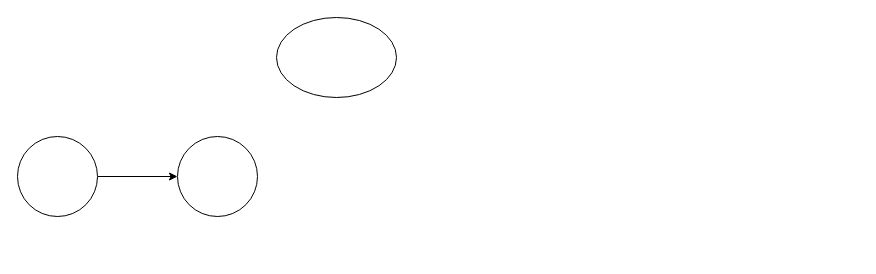
Above: 未命名绘图.drawio in 0820LL/draw-io (draw.io), before the change. Source tidied: cells renumbered, new cells numbered last; positions are measured from the earlier drawing's top-left corner, leaving out a move shared by most shapes. Both pictures are drawn from the tidied source at 100%, with x=0, y=0 at pixel (17, 17).
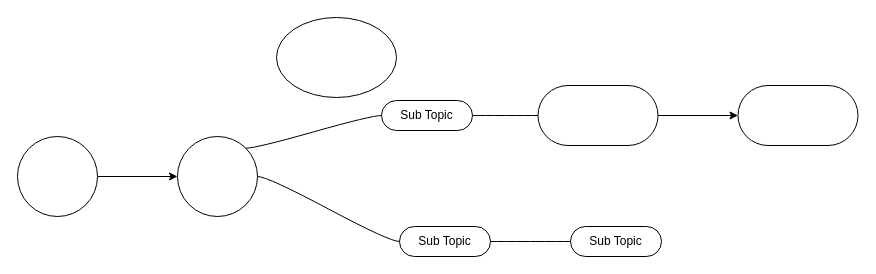
The same page after the edit.

Commit message (it also covers changes not shown here):
更新未命名绘图.drawio

Change to the diagram source:
```diff
@@
 <mxGraphModel>
   <root>
     <mxCell id="0" />
     <mxCell id="1" parent="0" />
     <mxCell id="2" style="edgeStyle=orthogonalEdgeStyle;rounded=0;jettySize=auto;html=1;" parent="1" edge="1" source="3" target="5">
       <mxGeometry relative="1" as="geometry" />
     </mxCell>
     <mxCell id="3" style="ellipse;whiteSpace=wrap;html=1;" parent="1" vertex="1">
       <mxGeometry y="119" width="80" height="80" as="geometry" />
     </mxCell>
     <mxCell id="4" style="ellipse;whiteSpace=wrap;html=1;" parent="1" vertex="1">
       <mxGeometry x="259" width="120" height="80" as="geometry" />
     </mxCell>
     <mxCell id="5" style="ellipse;whiteSpace=wrap;html=1;" parent="1" vertex="1">
       <mxGeometry x="160" y="119" width="80" height="80" as="geometry" />
     </mxCell>
+    <mxCell id="6" style="edgeStyle=entityRelationEdgeStyle;rounded=0;jettySize=auto;html=1;startArrow=none;endArrow=none;segment=10;curved=1;sourcePerimeterSpacing=0;targetPerimeterSpacing=0;" parent="1" edge="1" source="7" target="13">
+      <mxGeometry relative="1" as="geometry" />
+    </mxCell>
+    <mxCell id="7" value="Sub Topic" style="whiteSpace=wrap;html=1;rounded=1;arcSize=50;align=center;verticalAlign=middle;strokeWidth=1;spacing=4;newEdgeStyle={&quot;edgeStyle&quot;:&quot;entityRelationEdgeStyle&quot;,&quot;startArrow&quot;:&quot;none&quot;,&quot;endArrow&quot;:&quot;none&quot;,&quot;segment&quot;:10,&quot;curved&quot;:1,&quot;sourcePerimeterSpacing&quot;:0,&quot;targetPerimeterSpacing&quot;:0};" parent="1" vertex="1">
+      <mxGeometry x="364" y="83" width="91" height="30" as="geometry" />
+    </mxCell>
+    <mxCell id="8" style="edgeStyle=entityRelationEdgeStyle;startArrow=none;endArrow=none;segment=10;curved=1;sourcePerimeterSpacing=0;targetPerimeterSpacing=0;rounded=0;exitX=1;exitY=0;exitDx=0;exitDy=0;" parent="1" edge="1" source="5" target="7">
+      <mxGeometry relative="1" as="geometry" />
+    </mxCell>
+    <mxCell id="9" style="edgeStyle=entityRelationEdgeStyle;rounded=0;jettySize=auto;html=1;startArrow=none;endArrow=none;segment=10;curved=1;sourcePerimeterSpacing=0;targetPerimeterSpacing=0;entryX=1;entryY=0.5;entryDx=0;entryDy=0;" parent="1" edge="1" source="11" target="5">
+      <mxGeometry relative="1" as="geometry" />
+    </mxCell>
+    <mxCell id="10" style="edgeStyle=entityRelationEdgeStyle;rounded=0;jettySize=auto;html=1;startArrow=none;endArrow=none;segment=10;curved=1;sourcePerimeterSpacing=0;targetPerimeterSpacing=0;" parent="1" edge="1" source="11" target="15">
+      <mxGeometry relative="1" as="geometry" />
+    </mxCell>
+    <mxCell id="11" value="Sub Topic" style="whiteSpace=wrap;html=1;rounded=1;arcSize=50;align=center;verticalAlign=middle;strokeWidth=1;spacing=4;newEdgeStyle={&quot;edgeStyle&quot;:&quot;entityRelationEdgeStyle&quot;,&quot;startArrow&quot;:&quot;none&quot;,&quot;endArrow&quot;:&quot;none&quot;,&quot;segment&quot;:10,&quot;curved&quot;:1,&quot;sourcePerimeterSpacing&quot;:0,&quot;targetPerimeterSpacing&quot;:0};" parent="1" vertex="1">
+      <mxGeometry x="382" y="209" width="91" height="30" as="geometry" />
+    </mxCell>
+    <mxCell id="12" style="edgeStyle=orthogonalEdgeStyle;rounded=0;jettySize=auto;html=1;" parent="1" edge="1" source="13" target="14">
+      <mxGeometry relative="1" as="geometry" />
+    </mxCell>
+    <mxCell id="13" style="whiteSpace=wrap;html=1;rounded=1;arcSize=50;strokeWidth=1;spacing=4;" parent="1" vertex="1">
+      <mxGeometry x="520.5" y="68" width="120" height="60" as="geometry" />
+    </mxCell>
+    <mxCell id="14" style="whiteSpace=wrap;html=1;rounded=1;arcSize=50;strokeWidth=1;spacing=4;" parent="1" vertex="1">
+      <mxGeometry x="720.5" y="68" width="120" height="60" as="geometry" />
+    </mxCell>
+    <mxCell id="15" value="Sub Topic" style="whiteSpace=wrap;html=1;rounded=1;arcSize=50;align=center;verticalAlign=middle;strokeWidth=1;spacing=4;newEdgeStyle={&quot;edgeStyle&quot;:&quot;entityRelationEdgeStyle&quot;,&quot;startArrow&quot;:&quot;none&quot;,&quot;endArrow&quot;:&quot;none&quot;,&quot;segment&quot;:10,&quot;curved&quot;:1,&quot;sourcePerimeterSpacing&quot;:0,&quot;targetPerimeterSpacing&quot;:0};" parent="1" vertex="1">
+      <mxGeometry x="553" y="209" width="91" height="30" as="geometry" />
+    </mxCell>
   </root>
 </mxGraphModel>
```
